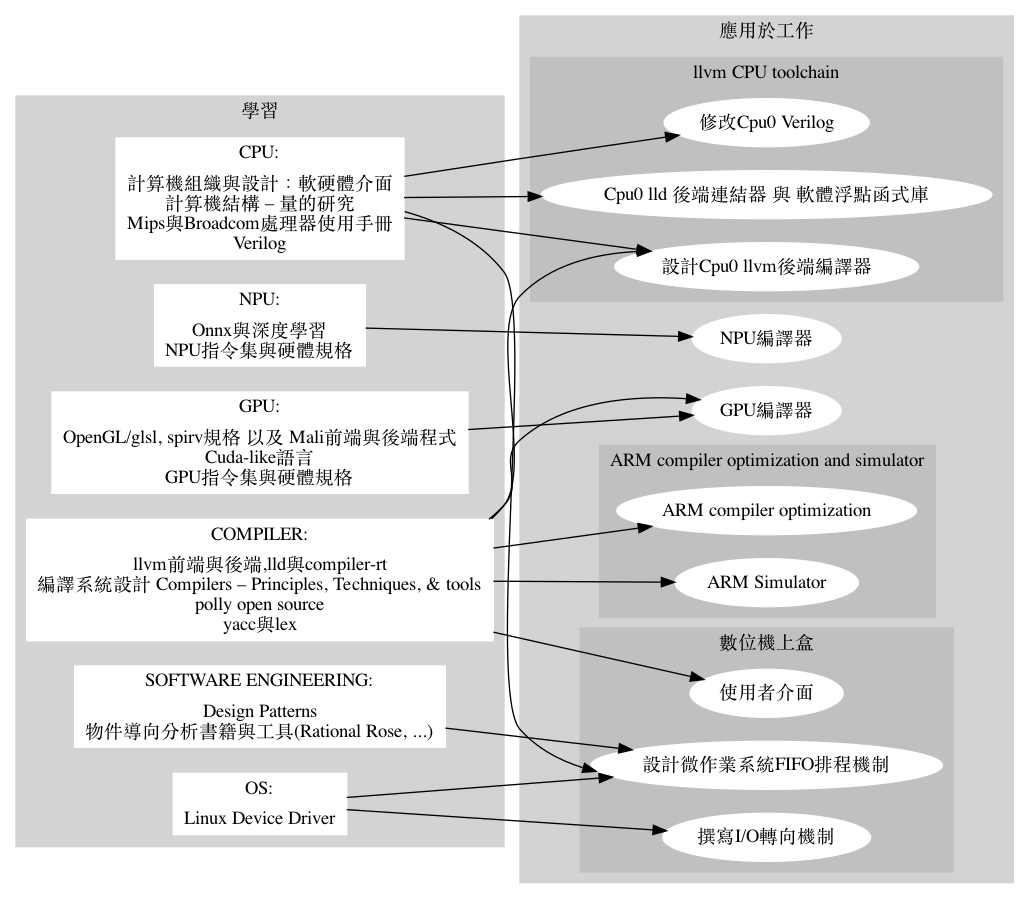
Jonathan2251/ws keeps this Graphviz diagram as images/study_and_apply_ch1.png. Above is the earlier version. Its source is kept beside it as images/study_and_apply_ch1.gv.
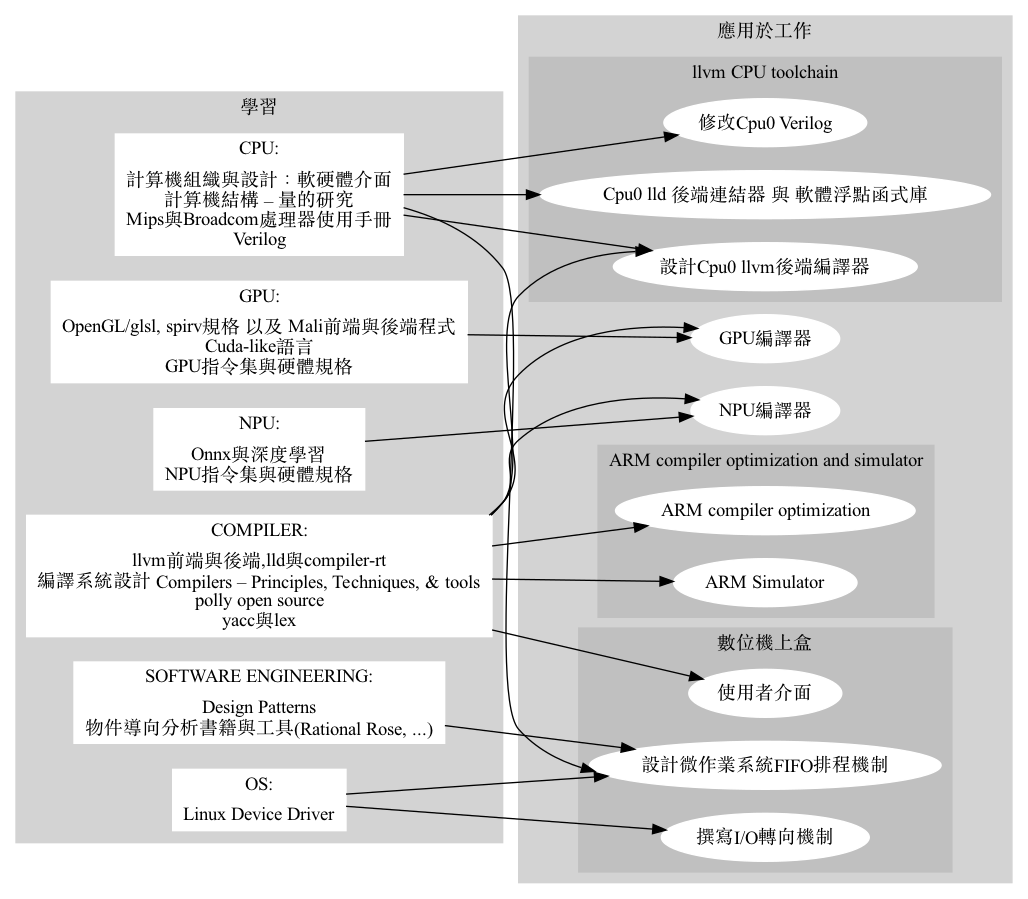
The same file after the commit.

Commit message:
study_and_apply

What changed in the source:
```diff
@@ -46,6 +46,7 @@
   CPU -> linker;
   GPU -> gpucompiler;
   NPU -> npucompiler;
+  COMPILER -> npucompiler;
   COMPILER -> backend;
   COMPILER -> gpucompiler;
   COMPILER -> armopt;
```
